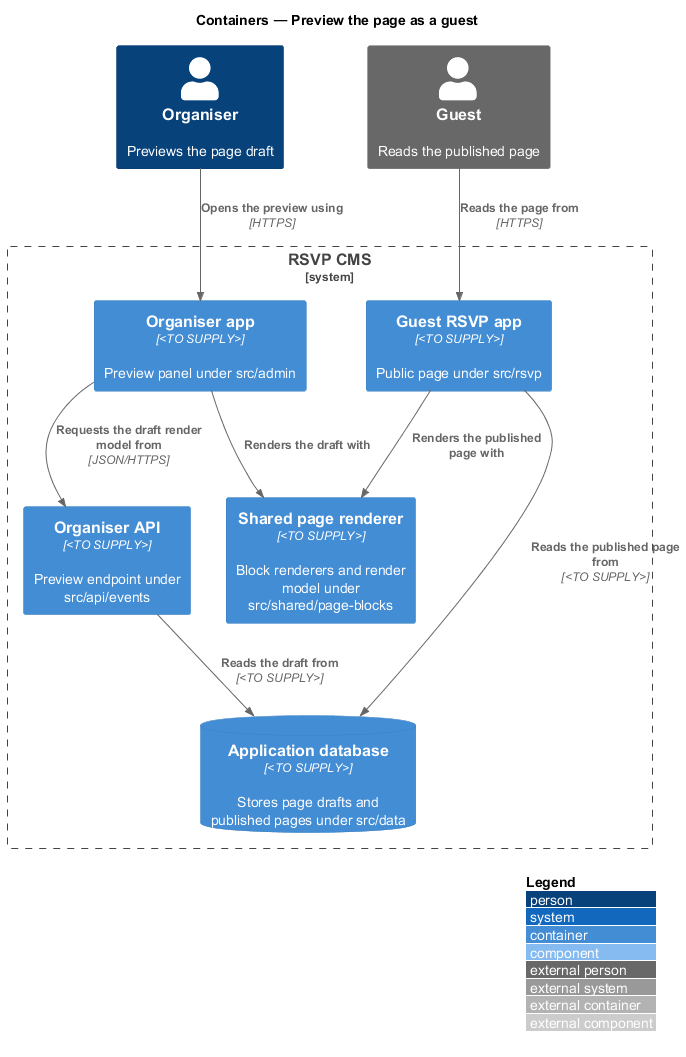
Earlier version of the PlantUML export docs/detailed-designs/event-page/preview-guest-page/diagrams/c4-container.png (QuinntyneBrown/rsvp-cms). The source it was exported from:
```plantuml
@startuml
!include <C4/C4_Component>
LAYOUT_WITH_LEGEND()
title Containers — Preview the page as a guest

Person(organiser, "Organiser", "Previews the page draft")
Person_Ext(guest, "Guest", "Reads the published page")
System_Boundary(cms, "RSVP CMS") {
  Container(admin, "Organiser app", "<TO SUPPLY>", "Preview panel under src/admin")
  Container(rsvp, "Guest RSVP app", "<TO SUPPLY>", "Public page under src/rsvp")
  Container(shared, "Shared page renderer", "<TO SUPPLY>", "Block renderers and render model under src/shared/page-blocks")
  Container(api, "Organiser API", "<TO SUPPLY>", "Preview endpoint under src/api/events")
  ContainerDb(db, "Application database", "<TO SUPPLY>", "Stores page drafts and published pages under src/data")
}

Rel(organiser, admin, "Opens the preview using", "HTTPS")
Rel(admin, api, "Requests the draft render model from", "JSON/HTTPS")
Rel(api, db, "Reads the draft from", "<TO SUPPLY>")
Rel(admin, shared, "Renders the draft with")
Rel(guest, rsvp, "Reads the page from", "HTTPS")
Rel(rsvp, shared, "Renders the published page with")
Rel(rsvp, db, "Reads the published page from", "<TO SUPPLY>")
@enduml
```
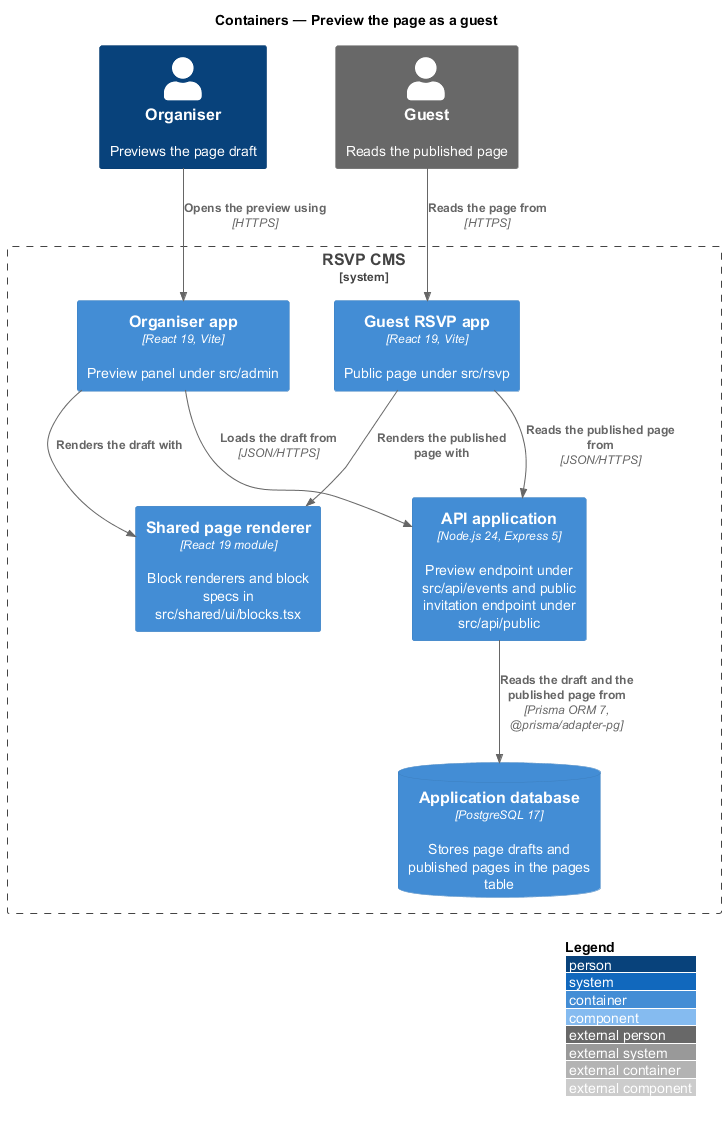
After the change.

The edit, as a diff of the source:
```diff
@@ -6,18 +6,18 @@
 Person(organiser, "Organiser", "Previews the page draft")
 Person_Ext(guest, "Guest", "Reads the published page")
 System_Boundary(cms, "RSVP CMS") {
-  Container(admin, "Organiser app", "<TO SUPPLY>", "Preview panel under src/admin")
-  Container(rsvp, "Guest RSVP app", "<TO SUPPLY>", "Public page under src/rsvp")
-  Container(shared, "Shared page renderer", "<TO SUPPLY>", "Block renderers and render model under src/shared/page-blocks")
-  Container(api, "Organiser API", "<TO SUPPLY>", "Preview endpoint under src/api/events")
-  ContainerDb(db, "Application database", "<TO SUPPLY>", "Stores page drafts and published pages under src/data")
+  Container(admin, "Organiser app", "React 19, Vite", "Preview panel under src/admin")
+  Container(rsvp, "Guest RSVP app", "React 19, Vite", "Public page under src/rsvp")
+  Container(shared, "Shared page renderer", "React 19 module", "Block renderers and block specs in src/shared/ui/blocks.tsx")
+  Container(api, "API application", "Node.js 24, Express 5", "Preview endpoint under src/api/events and public invitation endpoint under src/api/public")
+  ContainerDb(db, "Application database", "PostgreSQL 17", "Stores page drafts and published pages in the pages table")
 }
 
 Rel(organiser, admin, "Opens the preview using", "HTTPS")
-Rel(admin, api, "Requests the draft render model from", "JSON/HTTPS")
-Rel(api, db, "Reads the draft from", "<TO SUPPLY>")
+Rel(admin, api, "Loads the draft from", "JSON/HTTPS")
+Rel(api, db, "Reads the draft and the published page from", "Prisma ORM 7, @prisma/adapter-pg")
 Rel(admin, shared, "Renders the draft with")
 Rel(guest, rsvp, "Reads the page from", "HTTPS")
 Rel(rsvp, shared, "Renders the published page with")
-Rel(rsvp, db, "Reads the published page from", "<TO SUPPLY>")
+Rel(rsvp, api, "Reads the published page from", "JSON/HTTPS")
 @enduml
```
